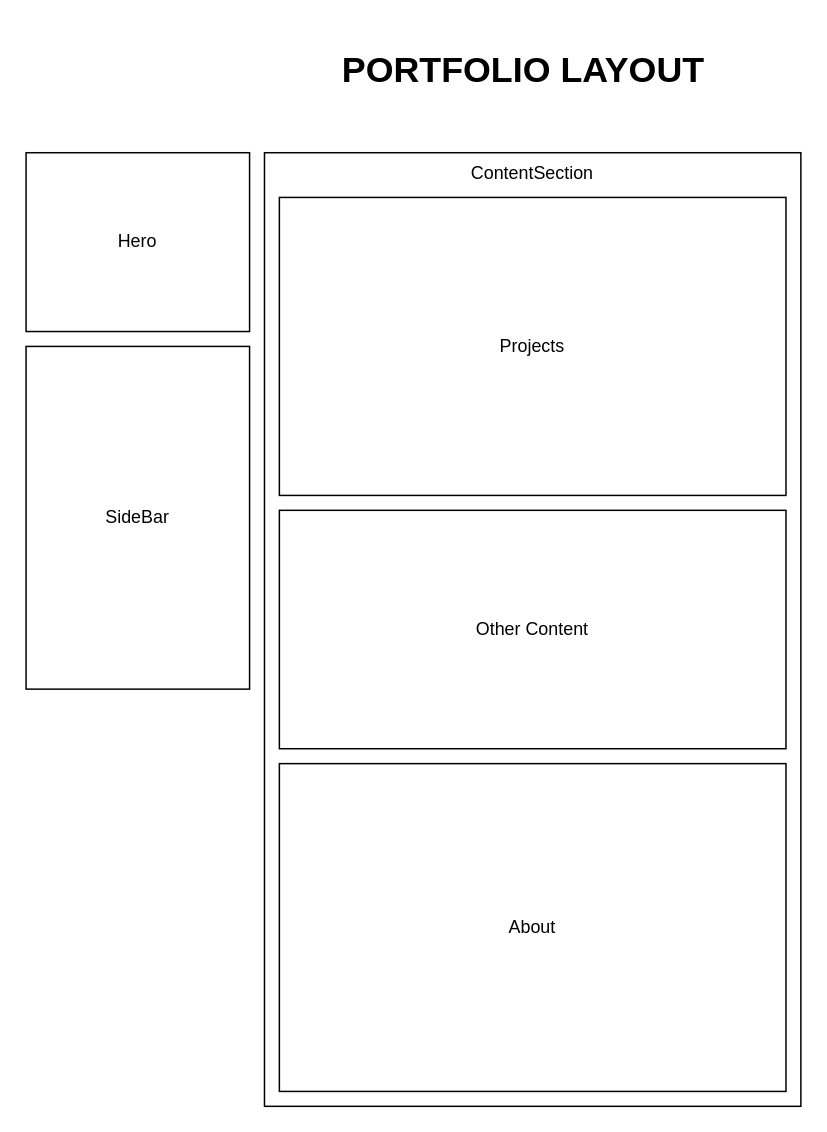
This is portfolio.drawio from dharnil/dharnil-portfolio, a draw.io file, before an edit. Source tidied: cells renumbered, new cells numbered last; positions are measured from the earlier drawing's top-left corner, leaving out a move shared by most shapes. Both pictures are drawn from the tidied source at 149%, with x=0, y=0 at pixel (25, 48).
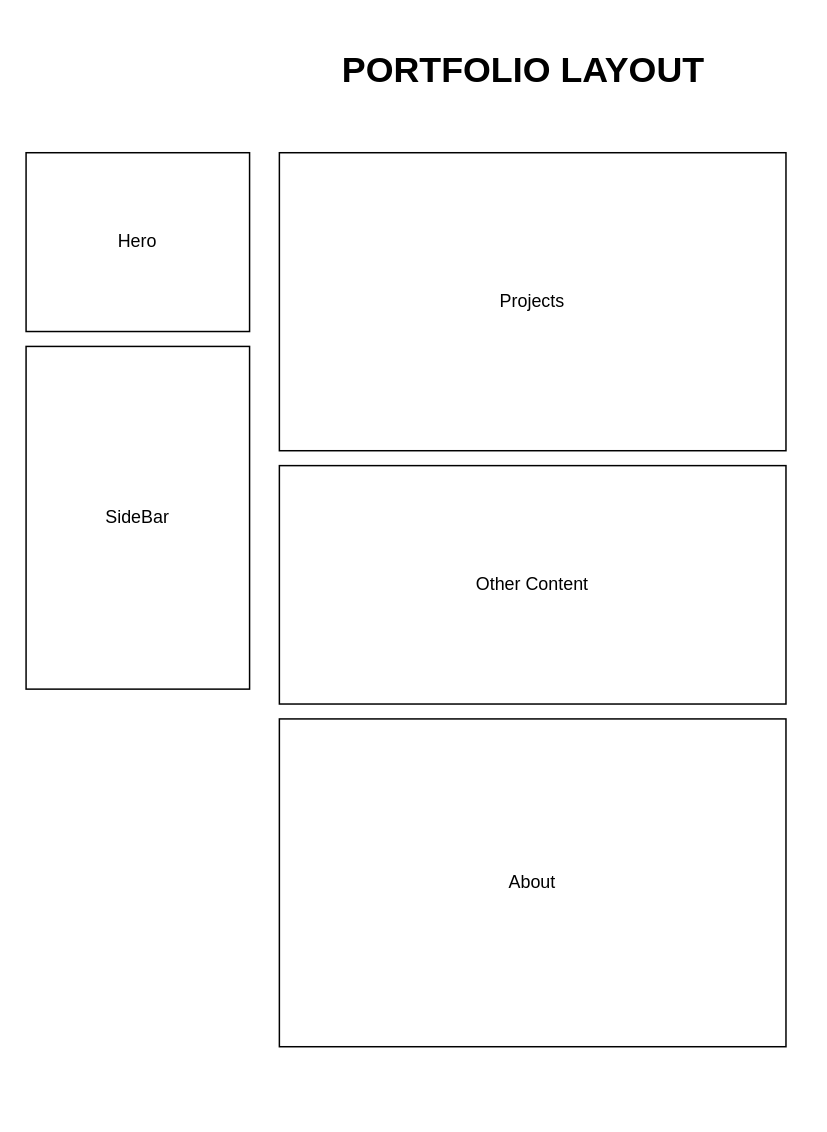
After the change.

Diff of the diagram source:
```diff
@@
 <mxGraphModel>
   <root>
     <mxCell id="0" />
     <mxCell id="1" parent="0" />
     <mxCell id="2" value="&lt;h1&gt;PORTFOLIO LAYOUT&lt;/h1&gt;" style="text;html=1;strokeColor=none;fillColor=none;align=center;verticalAlign=middle;whiteSpace=wrap;rounded=0;" parent="1" vertex="1">
       <mxGeometry x="211" width="246" height="30" as="geometry" />
     </mxCell>
-    <mxCell id="3" value="ContentSection" style="rounded=0;whiteSpace=wrap;html=1;verticalAlign=top;" parent="1" vertex="1">
-      <mxGeometry x="160" y="70" width="360" height="640" as="geometry" />
-    </mxCell>
     <mxCell id="4" value="Hero" style="rounded=0;whiteSpace=wrap;html=1;" parent="1" vertex="1">
       <mxGeometry y="70" width="150" height="120" as="geometry" />
     </mxCell>
     <mxCell id="5" value="SideBar" style="rounded=0;whiteSpace=wrap;html=1;" parent="1" vertex="1">
       <mxGeometry y="200" width="150" height="230" as="geometry" />
     </mxCell>
     <mxCell id="6" value="Projects" style="rounded=0;whiteSpace=wrap;html=1;" parent="1" vertex="1">
-      <mxGeometry x="170" y="100" width="340" height="200" as="geometry" />
+      <mxGeometry x="170" y="70" width="340" height="200" as="geometry" />
     </mxCell>
     <mxCell id="7" value="Other Content" style="rounded=0;whiteSpace=wrap;html=1;" parent="1" vertex="1">
-      <mxGeometry x="170" y="310" width="340" height="160" as="geometry" />
+      <mxGeometry x="170" y="280" width="340" height="160" as="geometry" />
     </mxCell>
     <mxCell id="8" value="About" style="rounded=0;whiteSpace=wrap;html=1;" parent="1" vertex="1">
-      <mxGeometry x="170" y="480" width="340" height="220" as="geometry" />
+      <mxGeometry x="170" y="450" width="340" height="220" as="geometry" />
     </mxCell>
   </root>
 </mxGraphModel>
```
